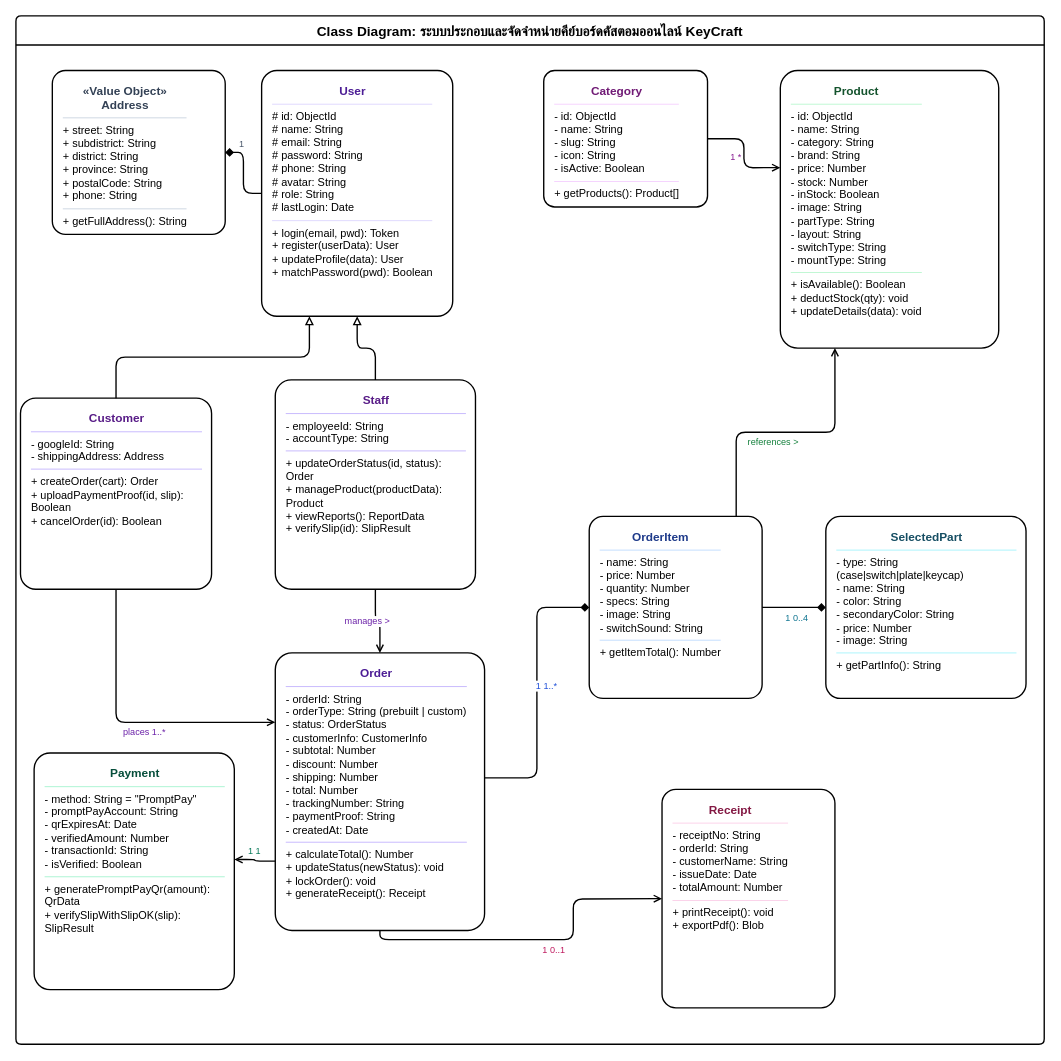
This is Diagram/ClassDiagram.drawio from Natthapong-boy/Custom-Keyboard-WebApp, a draw.io file, before an edit. Source tidied: cells renumbered, new cells numbered last; positions are measured from the earlier drawing's top-left corner, leaving out a move shared by most shapes. Both pictures are drawn from the tidied source at 91%, with x=0, y=0 at pixel (15, 15).
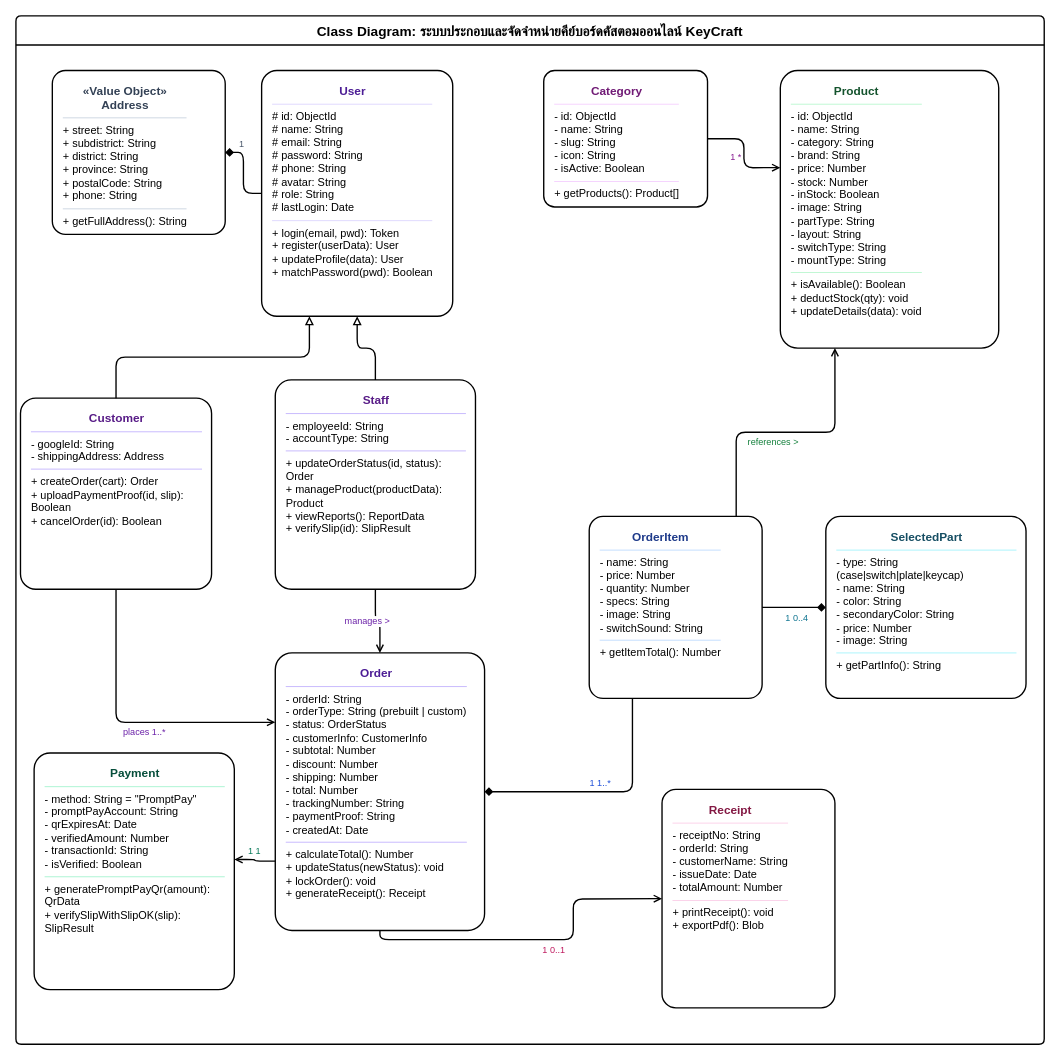
The same diagram, later.

Commit message (it also covers changes not shown here):
feat: add class diagram, activity diagram, and activity PDF for KeyCraft system

Unchanged cells that the change refers to:
```xml
<mxCell id="2" value="Class Diagram: ระบบประกอบและจัดจำหน่ายคีย์บอร์ดคัสตอมออนไลน์ KeyCraft" style="swimlane;startSize=32;fontStyle=1;fontSize=15;strokeWidth=1.5;rounded=1;arcSize=6;" parent="1" vertex="1">
  <mxGeometry width="1130" height="1130" as="geometry" />
</mxCell>
<mxCell id="15" value="&lt;p style=&quot;text-align:center;margin:0;font-weight:bold;font-size:13px;color:#4c1d95;&quot;&gt;Order&lt;/p&gt;&lt;hr style=&quot;border:none;border-top:1px solid #c4b5fd;margin:6px 0;&quot;/&gt;- orderId: String&lt;br/&gt;- orderType: String (prebuilt | custom)&lt;br/&gt;- status: OrderStatus&lt;br/&gt;- customerInfo: CustomerInfo&lt;br/&gt;- subtotal: Number&lt;br/&gt;- discount: Number&lt;br/&gt;- shipping: Number&lt;br/&gt;- total: Number&lt;br/&gt;- trackingNumber: String&lt;br/&gt;- paymentProof: String&lt;br/&gt;- createdAt: Date&lt;hr style=&quot;border:none;border-top:1px solid #c4b5fd;margin:6px 0;&quot;/&gt;+ calculateTotal(): Number&lt;br/&gt;+ updateStatus(newStatus): void&lt;br/&gt;+ lockOrder(): void&lt;br/&gt;+ generateReceipt(): Receipt" style="html=1;whiteSpace=wrap;rounded=1;arcSize=8;strokeWidth=1.5;align=left;verticalAlign=top;spacingLeft=10;spacingTop=8;spacingRight=10;" parent="2" vertex="1">
  <mxGeometry x="285" y="700" width="230" height="305" as="geometry" />
</mxCell>
<mxCell id="20" value="&lt;p style=&quot;text-align:center;margin:0;font-weight:bold;font-size:13px;color:#1e3a8a;&quot;&gt;OrderItem&lt;/p&gt;&lt;hr style=&quot;border:none;border-top:1px solid #bfdbfe;margin:6px 0;&quot;/&gt;- name: String&lt;br/&gt;- price: Number&lt;br/&gt;- quantity: Number&lt;br/&gt;- specs: String&lt;br/&gt;- image: String&lt;br/&gt;- switchSound: String&lt;hr style=&quot;border:none;border-top:1px solid #bfdbfe;margin:6px 0;&quot;/&gt;+ getItemTotal(): Number" style="html=1;whiteSpace=wrap;rounded=1;arcSize=8;strokeWidth=1.5;align=left;verticalAlign=top;spacingLeft=10;spacingTop=8;spacingRight=10;" parent="2" vertex="1">
  <mxGeometry x="630" y="550" width="190" height="200" as="geometry" />
</mxCell>
```

What changed in the source:
```diff
@@
-    <mxCell id="21" style="edgeStyle=orthogonalEdgeStyle;rounded=1;html=1;strokeWidth=1.5;endArrow=diamond;endFill=1;entryX=0;entryY=0.5;entryDx=0;entryDy=0;exitX=1;exitY=0.45;exitDx=0;exitDy=0;" parent="2" edge="1" source="15" target="20">
+    <mxCell id="21" style="edgeStyle=orthogonalEdgeStyle;rounded=1;html=1;strokeWidth=1.5;endArrow=diamond;endFill=1;exitX=0.25;exitY=1;exitDx=0;exitDy=0;" parent="2" edge="1" source="20" target="15">
       <mxGeometry relative="1" as="geometry" />
     </mxCell>
```
